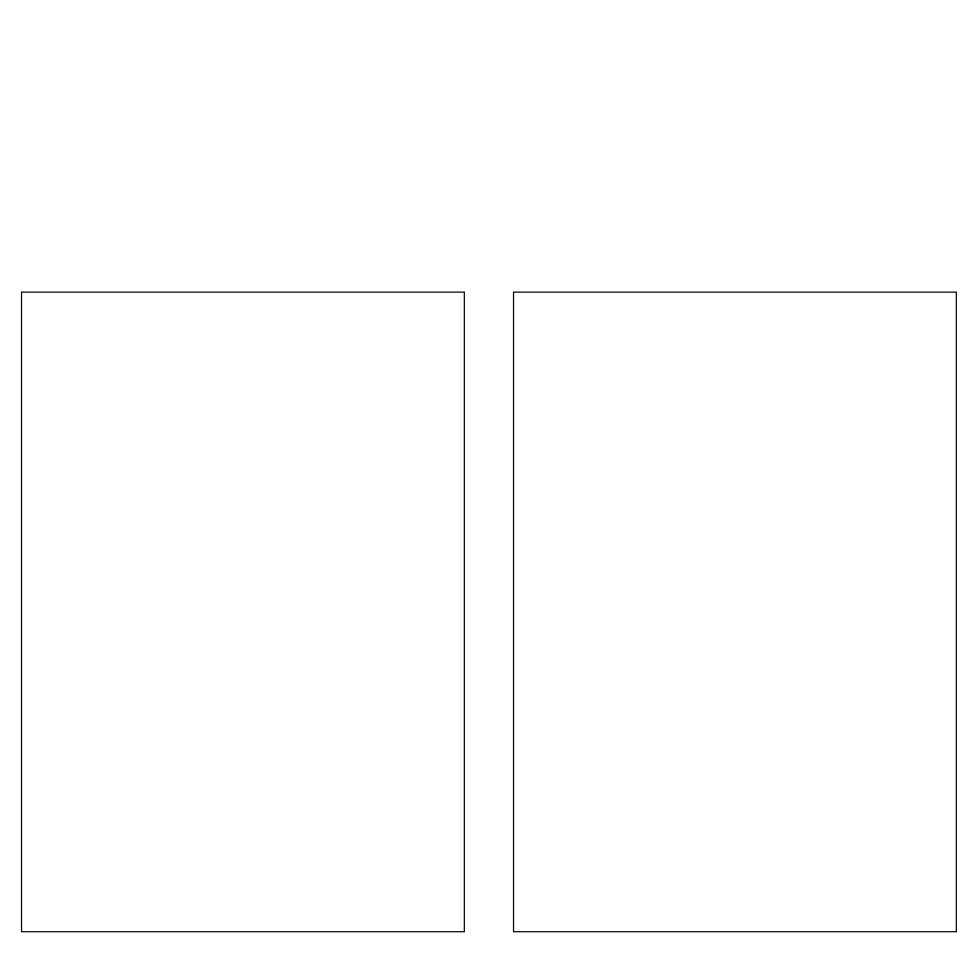
This is 回调流量集群路由方案.drawio from catface996/images, a draw.io file, before an edit. Source tidied: cells renumbered, new cells numbered last; positions are measured from the earlier drawing's top-left corner, leaving out a move shared by most shapes. Both pictures are drawn from the tidied source at 123%, with x=0, y=0 at pixel (21, 292).
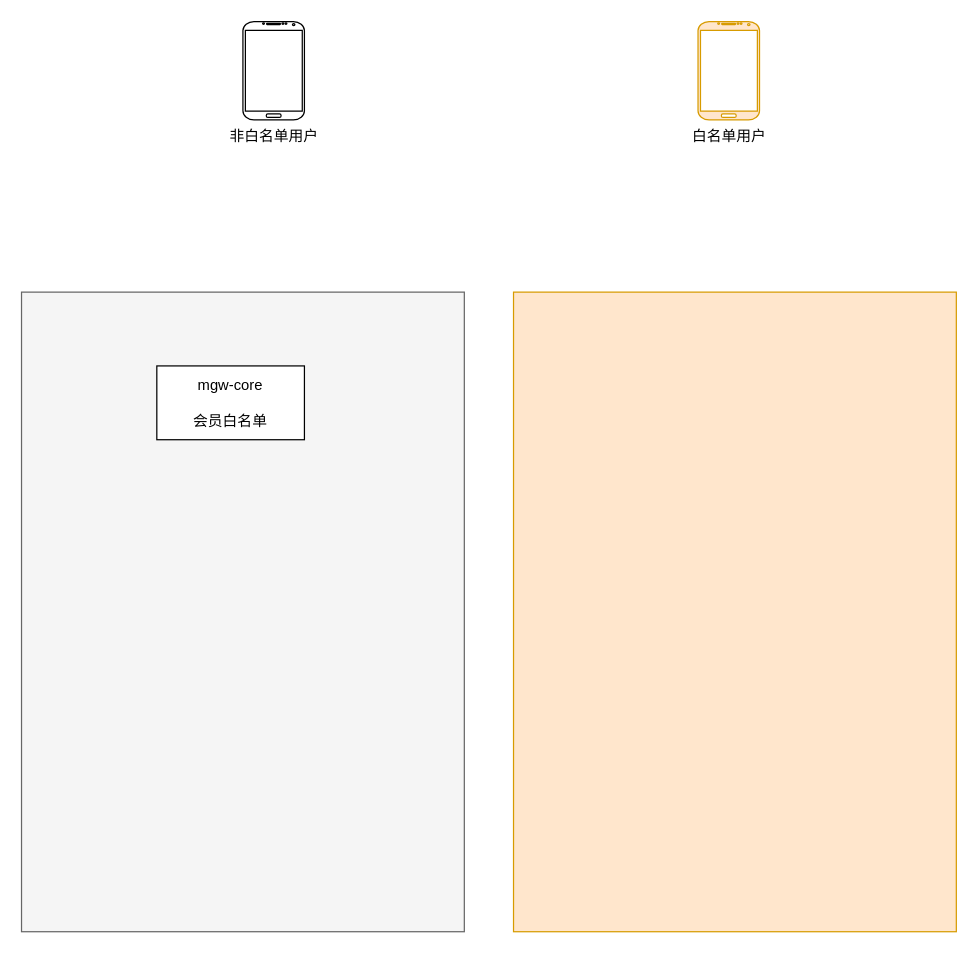
Above is the later version.

Commit message (it also covers changes not shown here):
更新回调流量集群路由方案.drawio

Change to the diagram source:
```diff
@@
 <mxGraphModel>
   <root>
     <mxCell id="0" />
     <mxCell id="1" parent="0" />
-    <mxCell id="2" style="rounded=0;whiteSpace=wrap;html=1;" parent="1" vertex="1">
+    <mxCell id="2" style="rounded=0;whiteSpace=wrap;html=1;fillColor=#f5f5f5;fontColor=#333333;strokeColor=#666666;" parent="1" vertex="1">
       <mxGeometry width="360" height="520" as="geometry" />
     </mxCell>
-    <mxCell id="3" style="rounded=0;whiteSpace=wrap;html=1;" parent="1" vertex="1">
+    <mxCell id="3" style="rounded=0;whiteSpace=wrap;html=1;fillColor=#ffe6cc;strokeColor=#d79b00;" parent="1" vertex="1">
       <mxGeometry x="400" width="360" height="520" as="geometry" />
     </mxCell>
+    <mxCell id="4" value="白名单用户" style="verticalLabelPosition=bottom;verticalAlign=top;html=1;shadow=0;dashed=0;strokeWidth=1;shape=mxgraph.android.phone2;strokeColor=#d79b00;fillColor=#ffe6cc;" parent="1" vertex="1">
+      <mxGeometry x="550" y="-220" width="50" height="80" as="geometry" />
+    </mxCell>
+    <mxCell id="5" value="非白名单用户" style="verticalLabelPosition=bottom;verticalAlign=top;html=1;shadow=0;dashed=0;strokeWidth=1;shape=mxgraph.android.phone2;strokeColor=#000000;" parent="1" vertex="1">
+      <mxGeometry x="180" y="-220" width="50" height="80" as="geometry" />
+    </mxCell>
+    <mxCell id="6" value="mgw-core&lt;br&gt;&lt;br&gt;会员白名单" style="rounded=0;whiteSpace=wrap;html=1;" parent="1" vertex="1">
+      <mxGeometry x="110" y="60" width="120" height="60" as="geometry" />
+    </mxCell>
   </root>
 </mxGraphModel>
```
